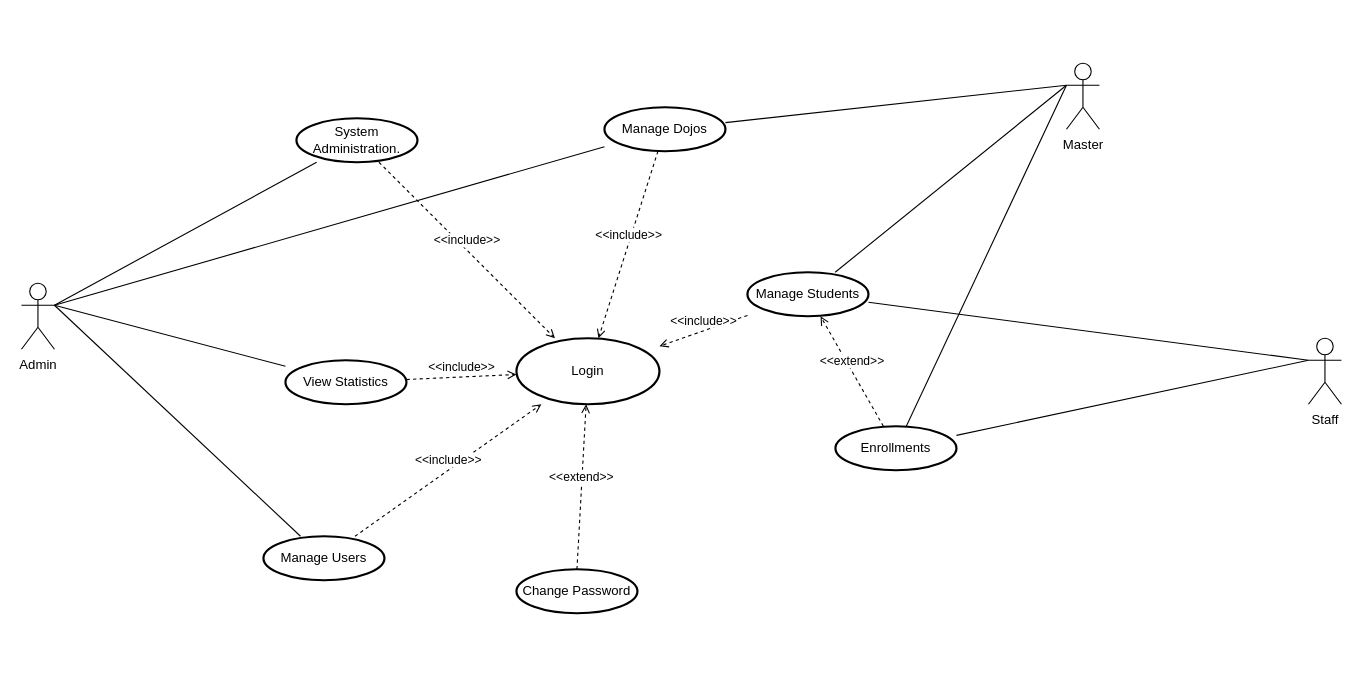
This is src/sql/diagram/UseCaseJAV201.drawio from vhak22/Dojo-Software, a draw.io file, before an edit. Source tidied: cells renumbered, new cells numbered last; positions are measured from the earlier drawing's top-left corner, leaving out a move shared by most shapes. Both pictures are drawn from the tidied source at 110%, with x=0, y=0 at pixel (21, 63).
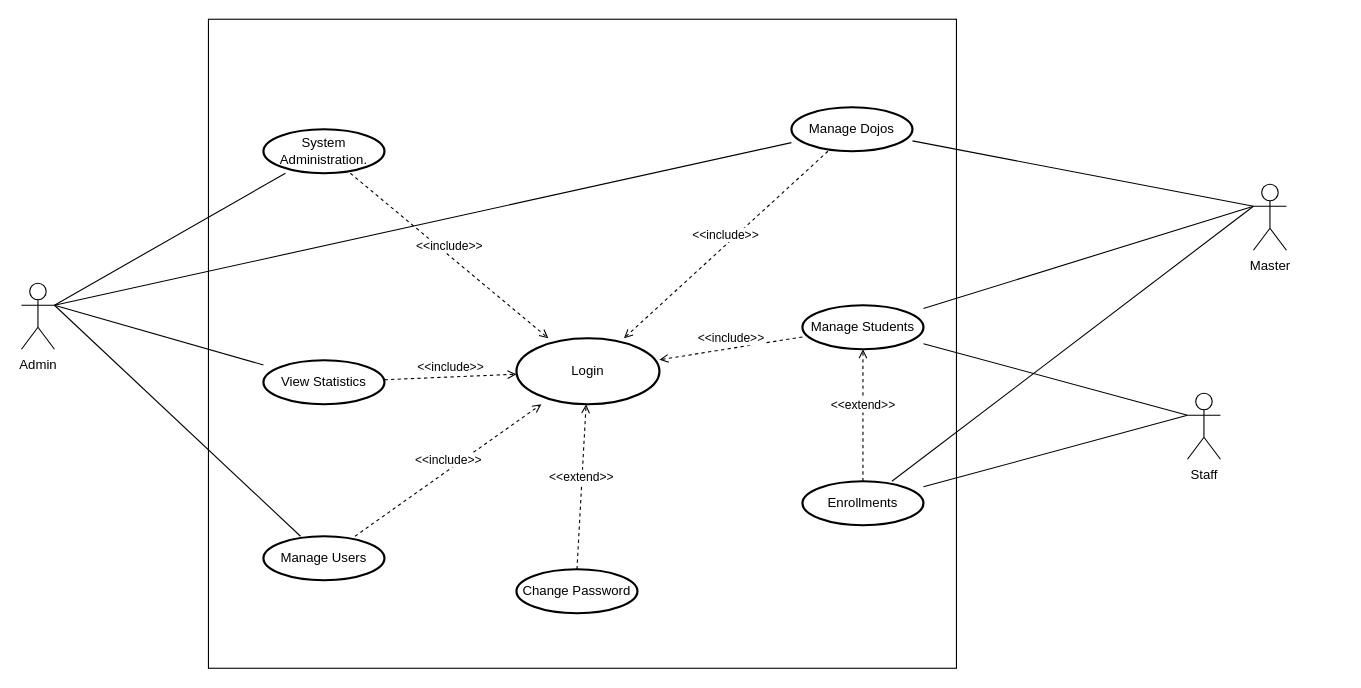
Above is the later version.

The edit, as a diff of the source:
```diff
@@
+    <mxCell id="29" style="rounded=0;whiteSpace=wrap;html=1;" parent="1" vertex="1">
+      <mxGeometry x="170" y="-40" width="680" height="590" as="geometry" />
+    </mxCell>
     <mxCell id="2" value="Staff" style="shape=umlActor;html=1;verticalLabelPosition=bottom;verticalAlign=top;align=center;" parent="1" vertex="1">
-      <mxGeometry x="1170" y="250" width="30" height="60" as="geometry" />
+      <mxGeometry x="1060" y="300" width="30" height="60" as="geometry" />
     </mxCell>
@@
     <mxCell id="6" value="Manage Students" style="strokeWidth=2;html=1;shape=mxgraph.flowchart.start_1;whiteSpace=wrap;" parent="1" vertex="1">
-      <mxGeometry x="660" y="190" width="110" height="40" as="geometry" />
+      <mxGeometry x="710" y="220" width="110" height="40" as="geometry" />
     </mxCell>
     <mxCell id="7" value="Manage Dojos" style="strokeWidth=2;html=1;shape=mxgraph.flowchart.start_1;whiteSpace=wrap;" parent="1" vertex="1">
-      <mxGeometry x="530" y="40" width="110" height="40" as="geometry" />
+      <mxGeometry x="700" y="40" width="110" height="40" as="geometry" />
     </mxCell>
@@
     <mxCell id="9" value="Enrollments" style="strokeWidth=2;html=1;shape=mxgraph.flowchart.start_1;whiteSpace=wrap;" parent="1" vertex="1">
-      <mxGeometry x="740" y="330" width="110" height="40" as="geometry" />
+      <mxGeometry x="710" y="380" width="110" height="40" as="geometry" />
     </mxCell>
@@
     <mxCell id="15" value="&lt;code&gt;&lt;font face=&quot;Helvetica&quot;&gt;View Statistics&lt;/font&gt;&lt;/code&gt;" style="strokeWidth=2;html=1;shape=mxgraph.flowchart.start_1;whiteSpace=wrap;" parent="1" vertex="1">
-      <mxGeometry x="240" y="270" width="110" height="40" as="geometry" />
+      <mxGeometry x="220" y="270" width="110" height="40" as="geometry" />
     </mxCell>
@@
     <mxCell id="18" value="Master&lt;div&gt;&lt;br&gt;&lt;/div&gt;" style="shape=umlActor;html=1;verticalLabelPosition=bottom;verticalAlign=top;align=center;" parent="1" vertex="1">
-      <mxGeometry x="950" width="30" height="60" as="geometry" />
+      <mxGeometry x="1120" y="110" width="30" height="60" as="geometry" />
     </mxCell>
@@
     <mxCell id="23" value="&lt;span style=&quot;&quot;&gt;System Administration&lt;/span&gt;." style="strokeWidth=2;html=1;shape=mxgraph.flowchart.start_1;whiteSpace=wrap;" parent="1" vertex="1">
-      <mxGeometry x="250" y="50" width="110" height="40" as="geometry" />
+      <mxGeometry x="220" y="60" width="110" height="40" as="geometry" />
     </mxCell>
```
